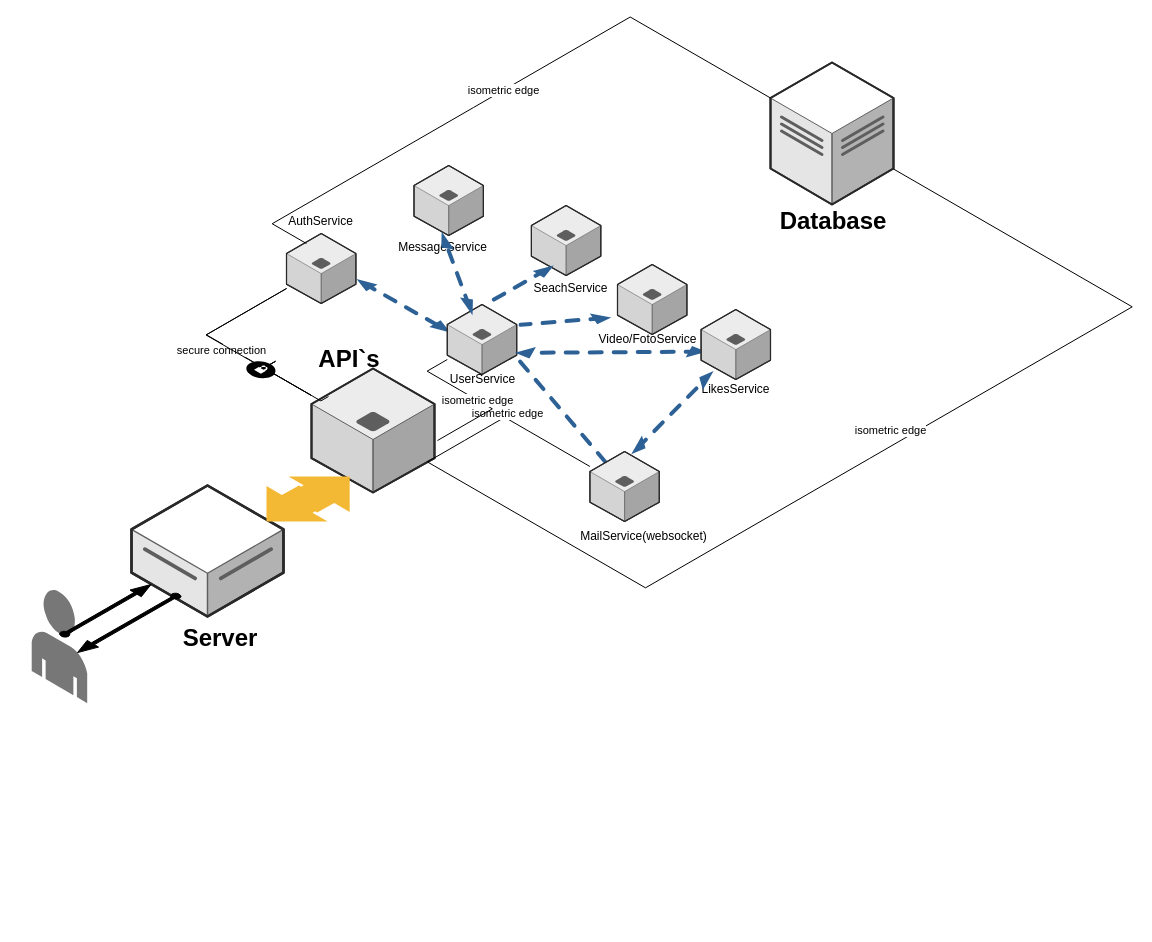
This is page "Page-1" (1 of 2) of TeamDevelopmentDiagram.drawio from AlexeySapunov/TeamDevelopment, a draw.io file, before an edit. Source tidied: cells renumbered, new cells numbered last; positions are measured from the earlier drawing's top-left corner, leaving out a move shared by most shapes. Both pictures are drawn from the tidied source at 100%, with x=0, y=0 at pixel (31, 62).
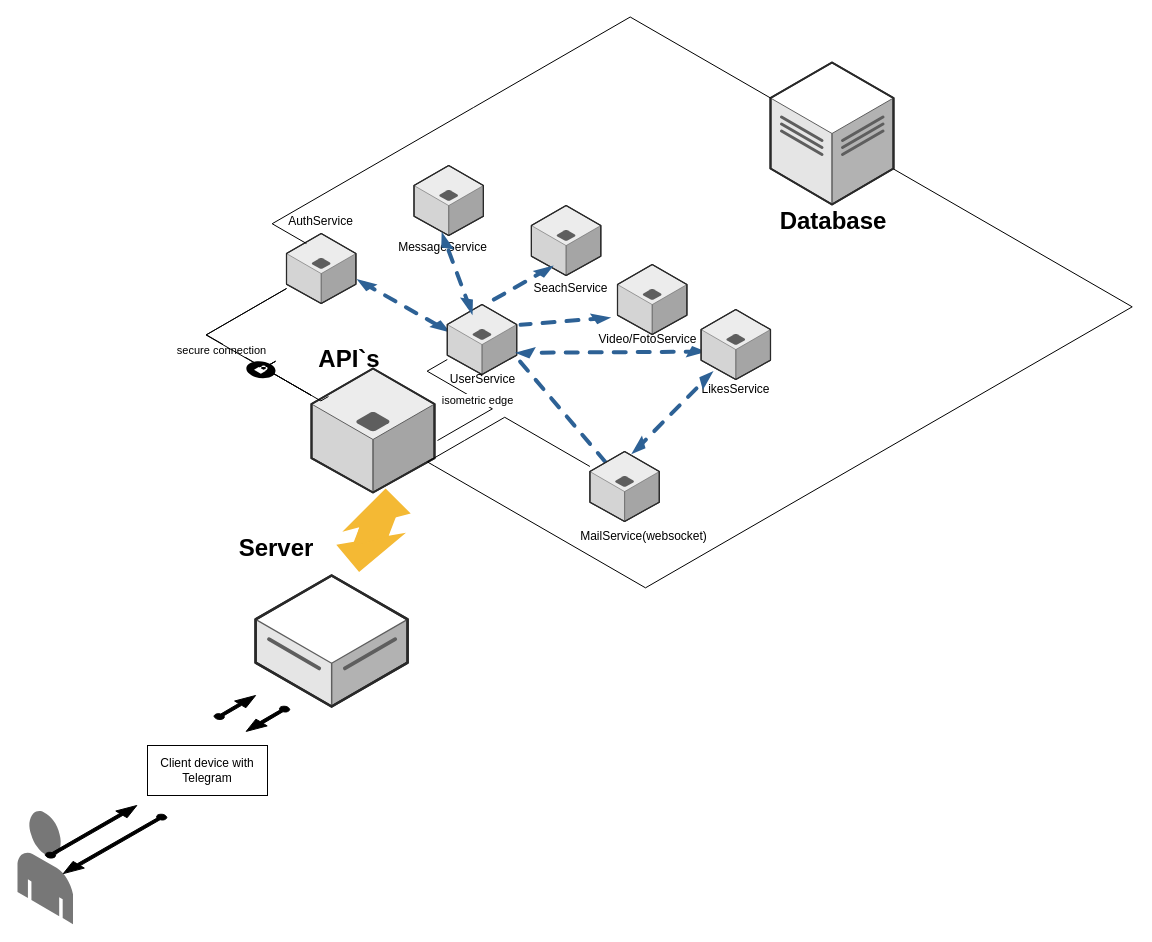
The same page after the edit.

Commit message (it also covers changes not shown here):
Обновление TeamDevelopmentDiagram Пользователь обращается не напрямую к серверу, а через клиентское приложение, у нас Telegram

Unchanged cells that the change refers to:
```xml
<mxCell id="3" style="verticalLabelPosition=bottom;html=1;verticalAlign=top;strokeWidth=1;align=center;outlineConnect=0;dashed=0;outlineConnect=0;shape=mxgraph.aws3d.dataCenter;strokeColor=#5E5E5E;fontSize=11;" parent="1" vertex="1">
  <mxGeometry x="739" width="123" height="142" as="geometry" />
</mxCell>
<mxCell id="10" style="verticalLabelPosition=bottom;html=1;verticalAlign=top;strokeWidth=1;align=center;outlineConnect=0;dashed=0;outlineConnect=0;shape=mxgraph.aws3d.application_server;fillColor=#ECECEC;strokeColor=#5E5E5E;shadow=0;sketch=0;fontSize=11;" parent="1" vertex="1">
  <mxGeometry x="280" y="306" width="123" height="124" as="geometry" />
</mxCell>
<mxCell id="15" style="verticalLabelPosition=bottom;html=1;verticalAlign=top;strokeWidth=1;align=center;outlineConnect=0;dashed=0;outlineConnect=0;shape=mxgraph.aws3d.application_server;fillColor=#ECECEC;strokeColor=#5E5E5E;shadow=0;sketch=0;fontSize=11;" parent="1" vertex="1">
  <mxGeometry x="558.4" y="389" width="69.4" height="70" as="geometry" />
</mxCell>
```

Change to the diagram source:
```diff
@@
     <mxCell id="4" style="verticalLabelPosition=bottom;html=1;verticalAlign=top;strokeWidth=1;align=center;dashed=0;shape=mxgraph.aws3d.end_user;strokeColor=none;fillColor=#777777;" parent="1" vertex="1">
-      <mxGeometry x="0.2" y="526.9" width="55.5" height="113.8" as="geometry" />
+      <mxGeometry x="-14" y="747.9" width="55.5" height="113.8" as="geometry" />
     </mxCell>
     <mxCell id="5" style="verticalLabelPosition=bottom;html=1;verticalAlign=top;strokeWidth=1;align=center;dashed=0;shape=mxgraph.aws3d.dataServer;strokeColor=#5E5E5E;fontSize=11;" parent="1" vertex="1">
-      <mxGeometry x="100" y="423" width="152" height="131" as="geometry" />
+      <mxGeometry x="224.1" y="513" width="152" height="131" as="geometry" />
     </mxCell>
     <mxCell id="6" value="&lt;h1&gt;Server&lt;/h1&gt;" style="text;html=1;strokeColor=none;fillColor=none;align=center;verticalAlign=middle;whiteSpace=wrap;rounded=0;" parent="1" vertex="1">
-      <mxGeometry x="126" y="540" width="126" height="72" as="geometry" />
+      <mxGeometry x="182.2" y="450" width="126" height="72" as="geometry" />
     </mxCell>
     <mxCell id="7" style="verticalLabelPosition=bottom;html=1;verticalAlign=top;strokeWidth=1;align=center;dashed=0;shape=mxgraph.aws3d.arrowNE;fillColor=#000000;fontSize=11;" parent="1" vertex="1">
-      <mxGeometry x="28" y="522" width="91.5" height="52.3" as="geometry" />
+      <mxGeometry x="13.8" y="743" width="91.5" height="52.3" as="geometry" />
     </mxCell>
     <mxCell id="8" style="verticalLabelPosition=bottom;html=1;verticalAlign=top;strokeWidth=1;align=center;dashed=0;shape=mxgraph.aws3d.arrowSW;fillColor=#000000;fontSize=11;shadow=0;sketch=0;" parent="1" vertex="1">
-      <mxGeometry x="46" y="531" width="103.5" height="59.1" as="geometry" />
+      <mxGeometry x="31.8" y="752" width="103.5" height="59.1" as="geometry" />
     </mxCell>
@@
-    <mxCell id="12" style="verticalLabelPosition=bottom;html=1;verticalAlign=top;strokeWidth=1;align=center;dashed=0;shape=mxgraph.aws3d.flatEdge2;strokeColor=none;fillColor=#F4B934;shadow=0;sketch=0;fontSize=11;rotation=-180;" parent="1" vertex="1">
-      <mxGeometry x="235" y="423" width="63.2" height="36" as="geometry" />
+    <mxCell id="12" style="verticalLabelPosition=bottom;html=1;verticalAlign=top;strokeWidth=1;align=center;dashed=0;shape=mxgraph.aws3d.flatEdge2;strokeColor=none;fillColor=#F4B934;shadow=0;sketch=0;fontSize=11;rotation=-220;" parent="1" vertex="1">
+      <mxGeometry x="308.1" y="456" width="65" height="37" as="geometry" />
     </mxCell>
-    <mxCell id="13" style="verticalLabelPosition=bottom;html=1;verticalAlign=top;strokeWidth=1;align=center;dashed=0;shape=mxgraph.aws3d.flatEdge2;strokeColor=none;fillColor=#F4B934;shadow=0;sketch=0;fontSize=11;" parent="1" vertex="1">
-      <mxGeometry x="255" y="414" width="63.2" height="36" as="geometry" />
+    <mxCell id="13" style="verticalLabelPosition=bottom;html=1;verticalAlign=top;strokeWidth=1;align=center;dashed=0;shape=mxgraph.aws3d.flatEdge2;strokeColor=none;fillColor=#F4B934;shadow=0;sketch=0;fontSize=11;rotation=-45;" parent="1" vertex="1">
+      <mxGeometry x="312.9" y="443" width="63.2" height="36" as="geometry" />
     </mxCell>
@@
-    <mxCell id="19" value="isometric edge" style="edgeStyle=isometricEdgeStyle;endArrow=none;html=1;elbow=vertical;rounded=0;fontSize=11;" parent="1" edge="1" source="10" target="3">
+    <mxCell id="19" style="edgeStyle=isometricEdgeStyle;endArrow=none;html=1;elbow=vertical;rounded=0;fontSize=11;" parent="1" edge="1" source="10" target="3">
       <mxGeometry x="-0.01" y="14" relative="1" as="geometry">
         <Array as="points">
           <mxPoint x="838" y="396" />
           <mxPoint x="676" y="423" />
           <mxPoint x="640" y="405" />
         </Array>
       </mxGeometry>
     </mxCell>
@@
-    <mxCell id="22" value="isometric edge" style="edgeStyle=isometricEdgeStyle;endArrow=none;html=1;elbow=vertical;rounded=0;fontSize=11;" parent="1" edge="1" source="10" target="15">
+    <mxCell id="22" style="edgeStyle=isometricEdgeStyle;endArrow=none;html=1;elbow=vertical;rounded=0;fontSize=11;" parent="1" edge="1" source="10" target="15">
       <mxGeometry y="4" relative="1" as="geometry">
         <Array as="points">
           <mxPoint x="433" y="378" />
         </Array>
         <mxPoint y="-1" as="offset" />
       </mxGeometry>
     </mxCell>
@@
-    <mxCell id="30" value="isometric edge" style="edgeStyle=isometricEdgeStyle;endArrow=none;html=1;elbow=vertical;rounded=0;fontSize=11;" parent="1" edge="1" target="3">
+    <mxCell id="30" style="edgeStyle=isometricEdgeStyle;endArrow=none;html=1;elbow=vertical;rounded=0;fontSize=11;" parent="1" edge="1" target="3">
       <mxGeometry relative="1" as="geometry">
         <mxPoint x="274.9" y="181" as="sourcePoint" />
         <Array as="points">
           <mxPoint x="442" y="45" />
         </Array>
       </mxGeometry>
     </mxCell>
@@
+    <mxCell id="44" value="Client device with Telegram" style="rounded=0;whiteSpace=wrap;html=1;" parent="1" vertex="1">
+      <mxGeometry x="116" y="683" width="120" height="50" as="geometry" />
+    </mxCell>
+    <mxCell id="45" style="verticalLabelPosition=bottom;html=1;verticalAlign=top;strokeWidth=1;align=center;dashed=0;shape=mxgraph.aws3d.arrowNE;fillColor=#000000;fontSize=11;" parent="1" vertex="1">
+      <mxGeometry x="182.6" y="633" width="41.5" height="23.7" as="geometry" />
+    </mxCell>
+    <mxCell id="46" style="verticalLabelPosition=bottom;html=1;verticalAlign=top;strokeWidth=1;align=center;dashed=0;shape=mxgraph.aws3d.arrowSW;fillColor=#000000;fontSize=11;shadow=0;sketch=0;" parent="1" vertex="1">
+      <mxGeometry x="214.7" y="644" width="43.5" height="24.9" as="geometry" />
+    </mxCell>
```
